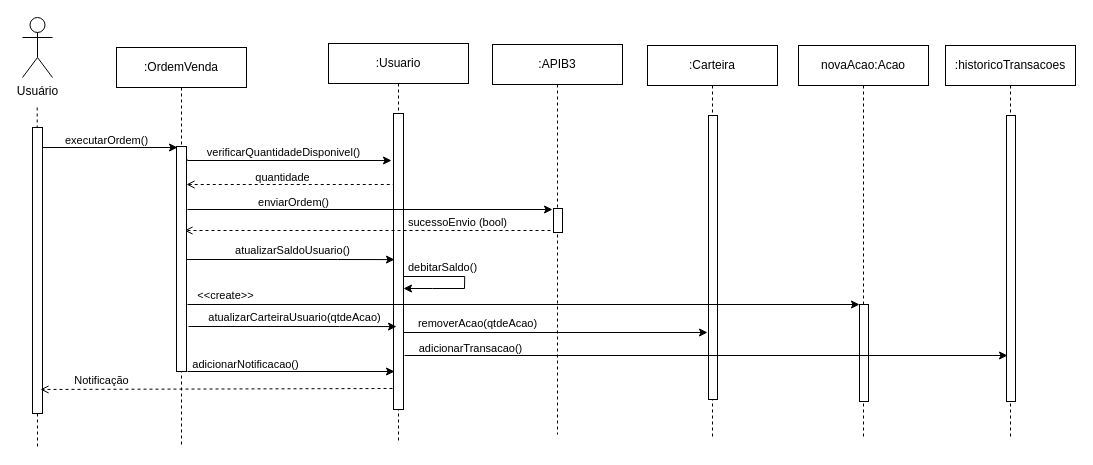
This is diagrama_sequencia/DS14.drawio from gb-cs-rt/home_broker, a draw.io file, before an edit. Source tidied: cells renumbered, new cells numbered last; positions are measured from the earlier drawing's top-left corner, leaving out a move shared by most shapes. Both pictures are drawn from the tidied source at 100%, with x=0, y=0 at pixel (22, 17).
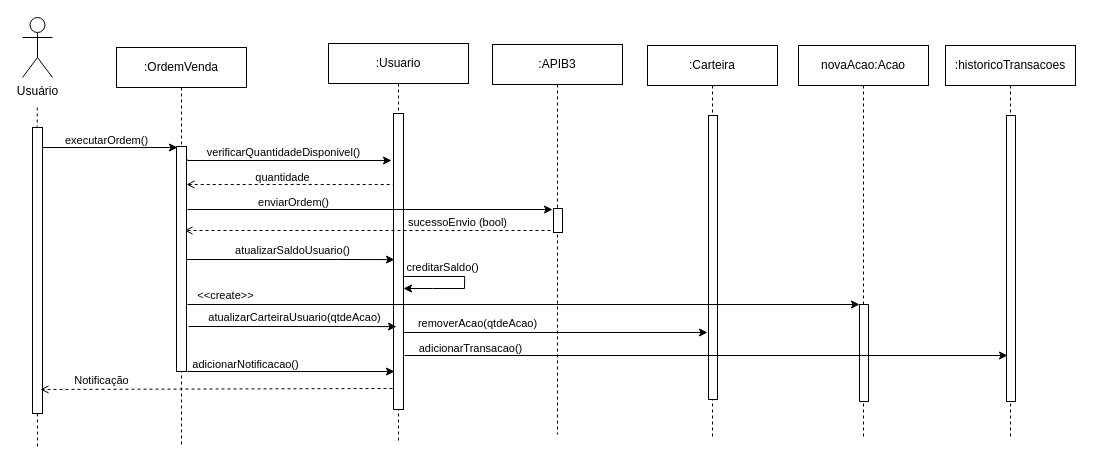
The same page after the edit.

Unchanged cells that the change refers to:
```xml
<mxCell id="25" style="endArrow=classic;html=1;rounded=0;" parent="1" edge="1">
  <mxGeometry relative="1" as="geometry">
    <mxPoint x="381" y="259" as="sourcePoint" />
    <mxPoint x="381" y="271" as="targetPoint" />
    <Array as="points">
      <mxPoint x="442.2" y="259" />
      <mxPoint x="442" y="271" />
      <mxPoint x="410" y="271" />
    </Array>
  </mxGeometry>
</mxCell>
```

The edit, as a diff of the source:
```diff
@@
-    <mxCell id="26" value="debitarSaldo()" style="edgeLabel;html=1;align=center;verticalAlign=middle;" parent="25" vertex="1">
+    <mxCell id="26" value="creditarSaldo()" style="edgeLabel;html=1;align=center;verticalAlign=middle;" parent="25" vertex="1">
       <mxGeometry x="-0.04" y="2" relative="1" as="geometry">
         <mxPoint x="-25" y="-12" as="offset" />
       </mxGeometry>
     </mxCell>
```
